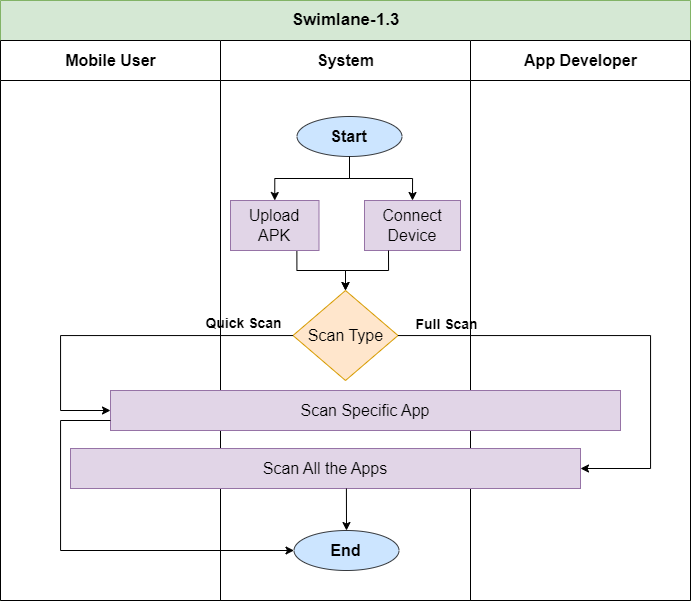
Before: SRS/Diagrams/Sw-1.3.drawio.png, a diagram exported from draw.io (Shaikh1828/SPL-2). Source tidied: cells renumbered, new cells last; positions are measured from the earlier drawing's top-left corner, leaving out a move shared by most shapes.
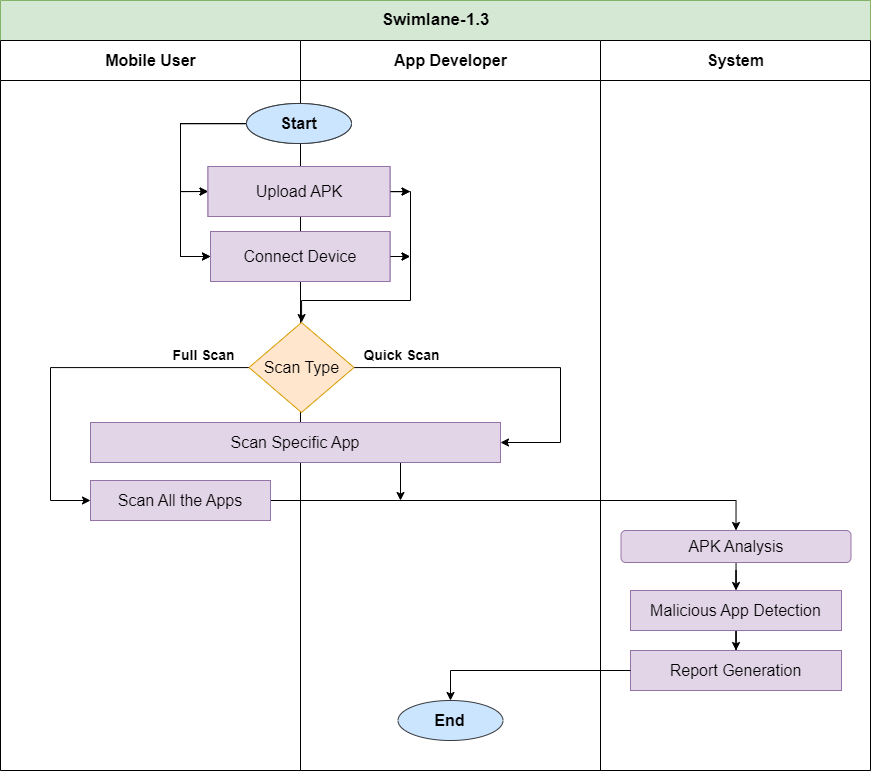
The same file after the commit.

The edit, as a diff of the source:
```diff
@@ -3,82 +3,167 @@
     <mxCell id="0" />
     <mxCell id="1" parent="0" />
     <mxCell id="2" value="&lt;font style=&quot;font-size: 17px;&quot;&gt;Swimlane-1.3&lt;/font&gt;" style="swimlane;startSize=40;html=1;fillColor=#d5e8d4;strokeColor=#82b366;" parent="1" vertex="1">
-      <mxGeometry width="690" height="600" as="geometry" />
+      <mxGeometry x="50" width="870" height="770" as="geometry" />
     </mxCell>
+    <mxCell id="21" style="edgeStyle=orthogonalEdgeStyle;rounded=0;jettySize=auto;html=1;entryX=1;entryY=0.5;entryDx=0;entryDy=0;" parent="1" edge="1" source="10" target="14">
+      <mxGeometry relative="1" as="geometry">
+        <Array as="points">
+          <mxPoint x="610" y="367" />
+          <mxPoint x="610" y="442" />
+        </Array>
+      </mxGeometry>
+    </mxCell>
-    <mxCell id="3" value="&lt;font style=&quot;font-size: 16px;&quot;&gt;Mobile User&lt;/font&gt;" style="swimlane;startSize=40;html=1;" parent="2" vertex="1">
-      <mxGeometry y="40" width="220" height="560" as="geometry" />
+    <mxCell id="3" value="&lt;font style=&quot;font-size: 16px;&quot;&gt;Mobile User&lt;/font&gt;" style="swimlane;startSize=40;html=1;" parent="1" vertex="1">
+      <mxGeometry x="50" y="40" width="300" height="730" as="geometry" />
     </mxCell>
+    <mxCell id="15" value="&lt;b style=&quot;&quot;&gt;&lt;font style=&quot;font-size: 14px;&quot;&gt;Full Scan&lt;/font&gt;&lt;/b&gt;" style="text;html=1;align=center;verticalAlign=middle;strokeColor=none;fillColor=none;" parent="3" vertex="1">
+      <mxGeometry x="158.5" y="300" width="90" height="30" as="geometry" />
+    </mxCell>
+    <mxCell id="12" value="&lt;font style=&quot;font-size: 16px;&quot;&gt;App Developer&lt;/font&gt;" style="swimlane;startSize=40;html=1;" parent="1" vertex="1">
+      <mxGeometry x="350" y="40" width="300" height="730" as="geometry" />
+    </mxCell>
+    <mxCell id="6" style="edgeStyle=orthogonalEdgeStyle;rounded=0;jettySize=auto;html=1;entryX=0;entryY=0.5;entryDx=0;entryDy=0;" parent="12" edge="1" source="7" target="9">
+      <mxGeometry relative="1" as="geometry">
+        <Array as="points">
+          <mxPoint x="-120" y="83" />
+          <mxPoint x="-120" y="151" />
+        </Array>
+      </mxGeometry>
+    </mxCell>
+    <mxCell id="16" style="edgeStyle=orthogonalEdgeStyle;rounded=0;jettySize=auto;html=1;entryX=0;entryY=0.5;entryDx=0;entryDy=0;" parent="12" edge="1" source="7" target="13">
+      <mxGeometry relative="1" as="geometry">
+        <Array as="points">
+          <mxPoint x="-120" y="83" />
+          <mxPoint x="-120" y="216" />
+        </Array>
+      </mxGeometry>
+    </mxCell>
+    <mxCell id="7" value="&lt;font style=&quot;font-size: 16px;&quot;&gt;&lt;b&gt;Start&lt;/b&gt;&lt;/font&gt;" style="ellipse;whiteSpace=wrap;html=1;fillColor=#cce5ff;strokeColor=#36393d;" parent="12" vertex="1">
+      <mxGeometry x="-54" y="63" width="105" height="40" as="geometry" />
+    </mxCell>
+    <mxCell id="23" style="edgeStyle=orthogonalEdgeStyle;rounded=0;jettySize=auto;html=1;" parent="12" edge="1" source="13">
+      <mxGeometry relative="1" as="geometry">
+        <mxPoint x="110" y="216" as="targetPoint" />
+      </mxGeometry>
+    </mxCell>
+    <mxCell id="13" value="&lt;font style=&quot;font-size: 16px;&quot;&gt;Connect Device&lt;/font&gt;" style="rounded=0;whiteSpace=wrap;html=1;fillColor=#e1d5e7;strokeColor=#9673a6;" parent="12" vertex="1">
+      <mxGeometry x="-90" y="191" width="179.5" height="50" as="geometry" />
+    </mxCell>
+    <mxCell id="24" style="edgeStyle=orthogonalEdgeStyle;rounded=0;jettySize=auto;html=1;" parent="12" edge="1" source="9">
+      <mxGeometry relative="1" as="geometry">
+        <mxPoint x="110" y="151" as="targetPoint" />
+      </mxGeometry>
+    </mxCell>
+    <mxCell id="9" value="&lt;font style=&quot;font-size: 16px;&quot;&gt;Upload APK&lt;/font&gt;" style="rounded=0;whiteSpace=wrap;html=1;fillColor=#e1d5e7;strokeColor=#9673a6;" parent="12" vertex="1">
+      <mxGeometry x="-92.5" y="126" width="182" height="50" as="geometry" />
+    </mxCell>
+    <mxCell id="18" style="edgeStyle=orthogonalEdgeStyle;rounded=0;jettySize=auto;html=1;entryX=0;entryY=0.5;entryDx=0;entryDy=0;" parent="1" edge="1" source="10" target="20">
+      <mxGeometry relative="1" as="geometry">
+        <Array as="points">
+          <mxPoint x="100" y="367" />
+          <mxPoint x="100" y="500" />
+        </Array>
+      </mxGeometry>
+    </mxCell>
+    <mxCell id="8" style="edgeStyle=orthogonalEdgeStyle;rounded=0;jettySize=auto;html=1;" parent="1" edge="1" source="9" target="10">
+      <mxGeometry relative="1" as="geometry">
+        <Array as="points">
+          <mxPoint x="460" y="191" />
+          <mxPoint x="460" y="300" />
+          <mxPoint x="351" y="300" />
+        </Array>
+      </mxGeometry>
+    </mxCell>
+    <mxCell id="25" value="&lt;font style=&quot;font-size: 16px;&quot;&gt;App Developer&lt;/font&gt;" style="swimlane;startSize=40;html=1;" parent="1" vertex="1">
+      <mxGeometry x="350" y="40" width="300" height="730" as="geometry" />
+    </mxCell>
+    <mxCell id="26" style="edgeStyle=orthogonalEdgeStyle;rounded=0;jettySize=auto;html=1;entryX=0;entryY=0.5;entryDx=0;entryDy=0;" parent="25" edge="1" source="28" target="32">
+      <mxGeometry relative="1" as="geometry">
+        <Array as="points">
+          <mxPoint x="-120" y="83" />
+          <mxPoint x="-120" y="151" />
+        </Array>
+      </mxGeometry>
+    </mxCell>
+    <mxCell id="27" style="edgeStyle=orthogonalEdgeStyle;rounded=0;jettySize=auto;html=1;entryX=0;entryY=0.5;entryDx=0;entryDy=0;" parent="25" edge="1" source="28" target="30">
+      <mxGeometry relative="1" as="geometry">
+        <Array as="points">
+          <mxPoint x="-120" y="83" />
+          <mxPoint x="-120" y="216" />
+        </Array>
+      </mxGeometry>
+    </mxCell>
+    <mxCell id="28" value="&lt;font style=&quot;font-size: 16px;&quot;&gt;&lt;b&gt;Start&lt;/b&gt;&lt;/font&gt;" style="ellipse;whiteSpace=wrap;html=1;fillColor=#cce5ff;strokeColor=#36393d;" parent="25" vertex="1">
+      <mxGeometry x="-54" y="63" width="105" height="40" as="geometry" />
+    </mxCell>
+    <mxCell id="29" style="edgeStyle=orthogonalEdgeStyle;rounded=0;jettySize=auto;html=1;" parent="25" edge="1" source="30">
+      <mxGeometry relative="1" as="geometry">
+        <mxPoint x="110" y="216" as="targetPoint" />
+      </mxGeometry>
+    </mxCell>
+    <mxCell id="30" value="&lt;font style=&quot;font-size: 16px;&quot;&gt;Connect Device&lt;/font&gt;" style="rounded=0;whiteSpace=wrap;html=1;fillColor=#e1d5e7;strokeColor=#9673a6;" parent="25" vertex="1">
+      <mxGeometry x="-90" y="191" width="179.5" height="50" as="geometry" />
+    </mxCell>
+    <mxCell id="31" style="edgeStyle=orthogonalEdgeStyle;rounded=0;jettySize=auto;html=1;" parent="25" edge="1" source="32">
+      <mxGeometry relative="1" as="geometry">
+        <mxPoint x="110" y="151" as="targetPoint" />
+      </mxGeometry>
+    </mxCell>
+    <mxCell id="32" value="&lt;font style=&quot;font-size: 16px;&quot;&gt;Upload APK&lt;/font&gt;" style="rounded=0;whiteSpace=wrap;html=1;fillColor=#e1d5e7;strokeColor=#9673a6;" parent="25" vertex="1">
+      <mxGeometry x="-92.5" y="126" width="182" height="50" as="geometry" />
+    </mxCell>
-    <mxCell id="4" value="&lt;b style=&quot;&quot;&gt;&lt;font style=&quot;font-size: 14px;&quot;&gt;Quick Scan&lt;/font&gt;&lt;/b&gt;" style="text;html=1;align=center;verticalAlign=middle;strokeColor=none;fillColor=none;" parent="3" vertex="1">
-      <mxGeometry x="193" y="268" width="100" height="30" as="geometry" />
+    <mxCell id="4" value="&lt;b style=&quot;&quot;&gt;&lt;font style=&quot;font-size: 14px;&quot;&gt;Quick Scan&lt;/font&gt;&lt;/b&gt;" style="text;html=1;align=center;verticalAlign=middle;strokeColor=none;fillColor=none;" parent="25" vertex="1">
+      <mxGeometry x="51" y="300" width="100" height="30" as="geometry" />
     </mxCell>
+    <mxCell id="11" value="&lt;font style=&quot;font-size: 16px;&quot;&gt;&lt;b&gt;End&lt;/b&gt;&lt;/font&gt;" style="ellipse;whiteSpace=wrap;html=1;fillColor=#cce5ff;strokeColor=#36393d;" parent="25" vertex="1">
+      <mxGeometry x="97.5" y="660" width="105" height="40" as="geometry" />
+    </mxCell>
-    <mxCell id="5" value="&lt;font style=&quot;font-size: 16px;&quot;&gt;System&lt;/font&gt;" style="swimlane;startSize=40;html=1;" parent="2" vertex="1">
-      <mxGeometry x="220" y="40" width="250" height="560" as="geometry" />
+    <mxCell id="5" value="&lt;font style=&quot;font-size: 16px;&quot;&gt;System&lt;/font&gt;" style="swimlane;startSize=40;html=1;" parent="1" vertex="1">
+      <mxGeometry x="650" y="40" width="270" height="730" as="geometry" />
     </mxCell>
-    <mxCell id="6" style="edgeStyle=orthogonalEdgeStyle;rounded=0;jettySize=auto;html=1;entryX=0.5;entryY=0;entryDx=0;entryDy=0;" parent="5" edge="1" source="7" target="9">
-      <mxGeometry relative="1" as="geometry" />
-    </mxCell>
-    <mxCell id="7" value="&lt;font style=&quot;font-size: 16px;&quot;&gt;&lt;b&gt;Start&lt;/b&gt;&lt;/font&gt;" style="ellipse;whiteSpace=wrap;html=1;fillColor=#cce5ff;strokeColor=#36393d;" parent="5" vertex="1">
-      <mxGeometry x="76.5" y="76" width="105" height="40" as="geometry" />
-    </mxCell>
-    <mxCell id="8" style="edgeStyle=orthogonalEdgeStyle;rounded=0;jettySize=auto;html=1;exitX=0.75;exitY=1;exitDx=0;exitDy=0;entryX=0.5;entryY=0;entryDx=0;entryDy=0;" parent="5" edge="1" source="9" target="10">
-      <mxGeometry relative="1" as="geometry" />
-    </mxCell>
-    <mxCell id="9" value="&lt;font style=&quot;font-size: 16px;&quot;&gt;&amp;nbsp; &amp;nbsp;Upload&amp;nbsp; &amp;nbsp; APK&lt;/font&gt;" style="rounded=0;whiteSpace=wrap;html=1;fillColor=#e1d5e7;strokeColor=#9673a6;" parent="5" vertex="1">
-      <mxGeometry x="10" y="160" width="88.5" height="50" as="geometry" />
-    </mxCell>
+    <mxCell id="33" style="edgeStyle=orthogonalEdgeStyle;rounded=0;jettySize=auto;html=1;entryX=0;entryY=0.5;entryDx=0;entryDy=0;" parent="5" edge="1" source="x">
+      <mxGeometry relative="1" as="geometry">
+        <mxPoint x="-92.5" y="151" as="targetPoint" />
+        <Array as="points">
+          <mxPoint x="-120" y="83" />
+          <mxPoint x="-120" y="151" />
+        </Array>
+      </mxGeometry>
+    </mxCell>
+    <mxCell id="34" style="edgeStyle=orthogonalEdgeStyle;rounded=0;jettySize=auto;html=1;entryX=0.5;entryY=0;entryDx=0;entryDy=0;" parent="5" edge="1" source="35" target="38">
+      <mxGeometry relative="1" as="geometry" />
+    </mxCell>
+    <mxCell id="35" value="&lt;font style=&quot;font-size: 16px;&quot;&gt;Malicious App Detection&lt;/font&gt;" style="rounded=0;whiteSpace=wrap;html=1;fillColor=#e1d5e7;strokeColor=#9673a6;" parent="5" vertex="1">
+      <mxGeometry x="30" y="550" width="211" height="40" as="geometry" />
+    </mxCell>
+    <mxCell id="36" style="edgeStyle=orthogonalEdgeStyle;rounded=0;jettySize=auto;html=1;entryX=0.5;entryY=0;entryDx=0;entryDy=0;" parent="5" edge="1" source="37" target="35">
+      <mxGeometry relative="1" as="geometry" />
+    </mxCell>
+    <mxCell id="37" value="&lt;font style=&quot;font-size: 16px;&quot;&gt;APK Analysis&lt;/font&gt;" style="rounded=1;whiteSpace=wrap;html=1;fillColor=#e1d5e7;strokeColor=#9673a6;" parent="5" vertex="1">
+      <mxGeometry x="20.5" y="490" width="230" height="32" as="geometry" />
+    </mxCell>
+    <mxCell id="38" value="&lt;font style=&quot;font-size: 16px;&quot;&gt;Report Generation&lt;/font&gt;" style="rounded=0;whiteSpace=wrap;html=1;fillColor=#e1d5e7;strokeColor=#9673a6;" parent="5" vertex="1">
+      <mxGeometry x="30" y="610" width="211" height="40" as="geometry" />
+    </mxCell>
+    <mxCell id="39" style="edgeStyle=orthogonalEdgeStyle;rounded=0;jettySize=auto;html=1;entryX=0.5;entryY=0;entryDx=0;entryDy=0;" parent="1" edge="1" source="20" target="37">
+      <mxGeometry relative="1" as="geometry" />
+    </mxCell>
+    <mxCell id="20" value="&lt;font style=&quot;font-size: 16px;&quot;&gt;Scan All the Apps&lt;/font&gt;" style="rounded=0;whiteSpace=wrap;html=1;fillColor=#e1d5e7;strokeColor=#9673a6;" parent="1" vertex="1">
+      <mxGeometry x="140" y="480" width="180" height="40" as="geometry" />
+    </mxCell>
+    <mxCell id="40" style="edgeStyle=orthogonalEdgeStyle;rounded=0;jettySize=auto;html=1;exitX=0.75;exitY=1;exitDx=0;exitDy=0;" parent="1" edge="1" source="14">
+      <mxGeometry relative="1" as="geometry">
+        <mxPoint x="450" y="500" as="targetPoint" />
+      </mxGeometry>
+    </mxCell>
+    <mxCell id="14" value="&lt;font style=&quot;font-size: 16px;&quot;&gt;Scan Specific App&lt;/font&gt;" style="rounded=0;whiteSpace=wrap;html=1;fillColor=#e1d5e7;strokeColor=#9673a6;" parent="1" vertex="1">
+      <mxGeometry x="140" y="422" width="410" height="40" as="geometry" />
+    </mxCell>
-    <mxCell id="10" value="&lt;font style=&quot;font-size: 16px;&quot;&gt;Scan Type&lt;/font&gt;" style="rhombus;whiteSpace=wrap;html=1;fillColor=#ffe6cc;strokeColor=#d79b00;" parent="5" vertex="1">
-      <mxGeometry x="72.5" y="250" width="105" height="90" as="geometry" />
+    <mxCell id="10" value="&lt;font style=&quot;font-size: 16px;&quot;&gt;Scan Type&lt;/font&gt;" style="rhombus;whiteSpace=wrap;html=1;fillColor=#ffe6cc;strokeColor=#d79b00;" parent="1" vertex="1">
+      <mxGeometry x="298.5" y="322" width="105" height="90" as="geometry" />
     </mxCell>
-    <mxCell id="11" value="&lt;font style=&quot;font-size: 16px;&quot;&gt;&lt;b&gt;End&lt;/b&gt;&lt;/font&gt;" style="ellipse;whiteSpace=wrap;html=1;fillColor=#cce5ff;strokeColor=#36393d;" parent="5" vertex="1">
-      <mxGeometry x="73.5" y="490" width="105" height="40" as="geometry" />
-    </mxCell>
-    <mxCell id="12" value="&lt;font style=&quot;font-size: 16px;&quot;&gt;App Developer&lt;/font&gt;" style="swimlane;startSize=40;html=1;" parent="2" vertex="1">
-      <mxGeometry x="470" y="40" width="220" height="560" as="geometry" />
-    </mxCell>
-    <mxCell id="13" value="&lt;font style=&quot;font-size: 16px;&quot;&gt;Connect Device&lt;/font&gt;" style="rounded=0;whiteSpace=wrap;html=1;fillColor=#e1d5e7;strokeColor=#9673a6;" parent="12" vertex="1">
-      <mxGeometry x="-106" y="160" width="96" height="50" as="geometry" />
-    </mxCell>
-    <mxCell id="14" value="&lt;font style=&quot;font-size: 16px;&quot;&gt;Scan Specific App&lt;/font&gt;" style="rounded=0;whiteSpace=wrap;html=1;fillColor=#e1d5e7;strokeColor=#9673a6;" parent="12" vertex="1">
-      <mxGeometry x="-360" y="350" width="510" height="40" as="geometry" />
-    </mxCell>
-    <mxCell id="15" value="&lt;b style=&quot;&quot;&gt;&lt;font style=&quot;font-size: 14px;&quot;&gt;Full Scan&lt;/font&gt;&lt;/b&gt;" style="text;html=1;align=center;verticalAlign=middle;strokeColor=none;fillColor=none;" parent="12" vertex="1">
-      <mxGeometry x="-69" y="269" width="90" height="30" as="geometry" />
-    </mxCell>
-    <mxCell id="16" style="edgeStyle=orthogonalEdgeStyle;rounded=0;jettySize=auto;html=1;entryX=0.5;entryY=0;entryDx=0;entryDy=0;" parent="2" edge="1" source="7" target="13">
-      <mxGeometry relative="1" as="geometry" />
-    </mxCell>
-    <mxCell id="17" style="edgeStyle=orthogonalEdgeStyle;rounded=0;jettySize=auto;html=1;exitX=0.25;exitY=1;exitDx=0;exitDy=0;entryX=0.5;entryY=0;entryDx=0;entryDy=0;" parent="2" edge="1" source="13" target="10">
-      <mxGeometry relative="1" as="geometry" />
-    </mxCell>
-    <mxCell id="18" style="edgeStyle=orthogonalEdgeStyle;rounded=0;jettySize=auto;html=1;entryX=0;entryY=0.5;entryDx=0;entryDy=0;" parent="2" edge="1" source="10" target="14">
-      <mxGeometry relative="1" as="geometry">
-        <Array as="points">
-          <mxPoint x="60" y="335" />
-          <mxPoint x="60" y="410" />
-        </Array>
-      </mxGeometry>
-    </mxCell>
-    <mxCell id="19" style="edgeStyle=orthogonalEdgeStyle;rounded=0;jettySize=auto;html=1;exitX=0;exitY=0.75;exitDx=0;exitDy=0;entryX=0;entryY=0.5;entryDx=0;entryDy=0;" parent="2" edge="1" source="14" target="11">
-      <mxGeometry relative="1" as="geometry">
-        <Array as="points">
-          <mxPoint x="60" y="420" />
-          <mxPoint x="60" y="550" />
-        </Array>
-      </mxGeometry>
-    </mxCell>
-    <mxCell id="20" value="&lt;font style=&quot;font-size: 16px;&quot;&gt;Scan All the Apps&lt;/font&gt;" style="rounded=0;whiteSpace=wrap;html=1;fillColor=#e1d5e7;strokeColor=#9673a6;" parent="1" vertex="1">
-      <mxGeometry x="70" y="448" width="510" height="40" as="geometry" />
-    </mxCell>
-    <mxCell id="21" style="edgeStyle=orthogonalEdgeStyle;rounded=0;jettySize=auto;html=1;entryX=1;entryY=0.5;entryDx=0;entryDy=0;" parent="1" edge="1" source="10" target="20">
-      <mxGeometry relative="1" as="geometry">
-        <Array as="points">
-          <mxPoint x="650" y="335" />
-          <mxPoint x="650" y="468" />
-        </Array>
-      </mxGeometry>
-    </mxCell>
-    <mxCell id="22" style="endArrow=classic;html=1;rounded=0;exitX=0.541;exitY=1;exitDx=0;exitDy=0;exitPerimeter=0;entryX=0.5;entryY=0;entryDx=0;entryDy=0;" parent="1" edge="1" source="20" target="11">
-      <mxGeometry relative="1" as="geometry" />
-    </mxCell>
+    <mxCell id="41" style="edgeStyle=orthogonalEdgeStyle;rounded=0;jettySize=auto;html=1;entryX=0.5;entryY=0;entryDx=0;entryDy=0;exitX=0;exitY=0.5;exitDx=0;exitDy=0;" parent="1" edge="1" source="38" target="11">
+      <mxGeometry relative="1" as="geometry" />
+    </mxCell>
   </root>
 </mxGraphModel>
```
